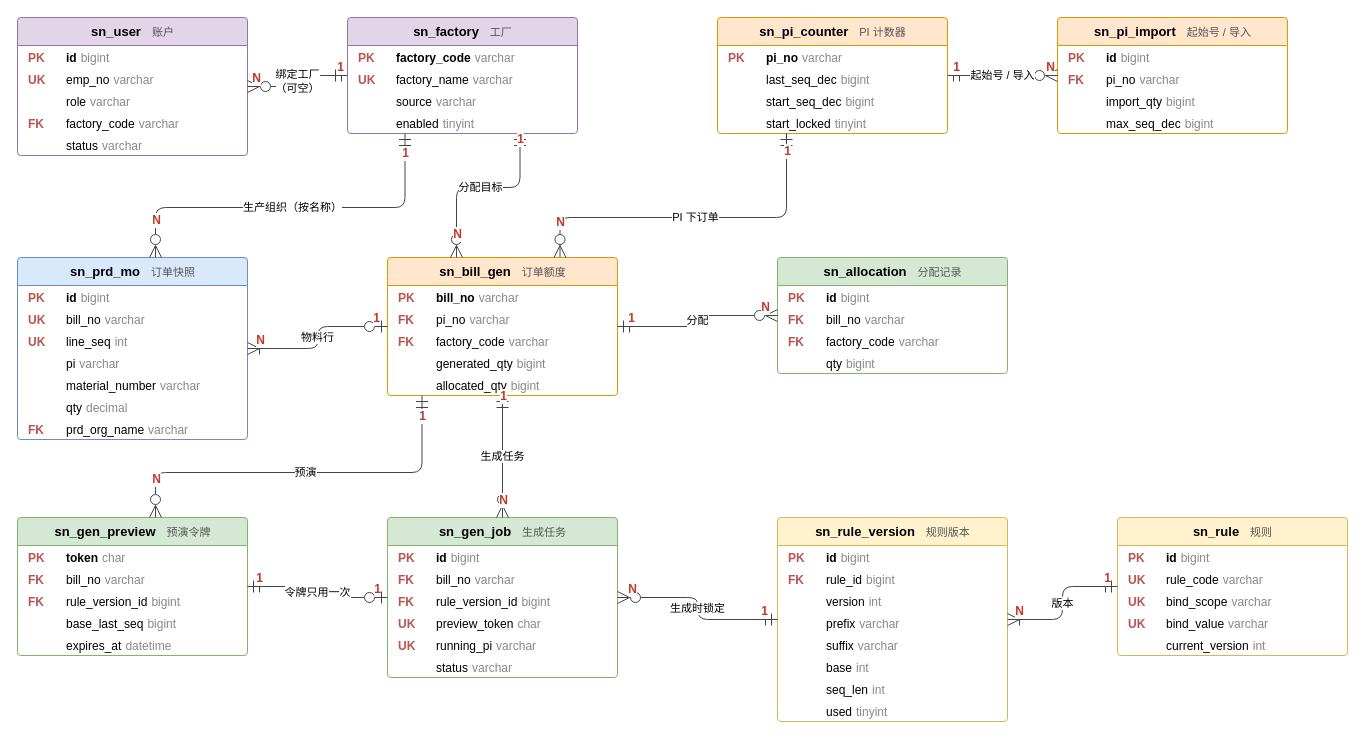
Earlier version of the draw.io diagram docs/images/系统技术方案/fig2-5-er-base.drawio (Createsnow/sn-center). Source tidied: cells renumbered, new cells numbered last; positions are measured from the earlier drawing's top-left corner, leaving out a move shared by most shapes. Both pictures are drawn from the tidied source at 100%, with x=0, y=0 at pixel (17, 17).
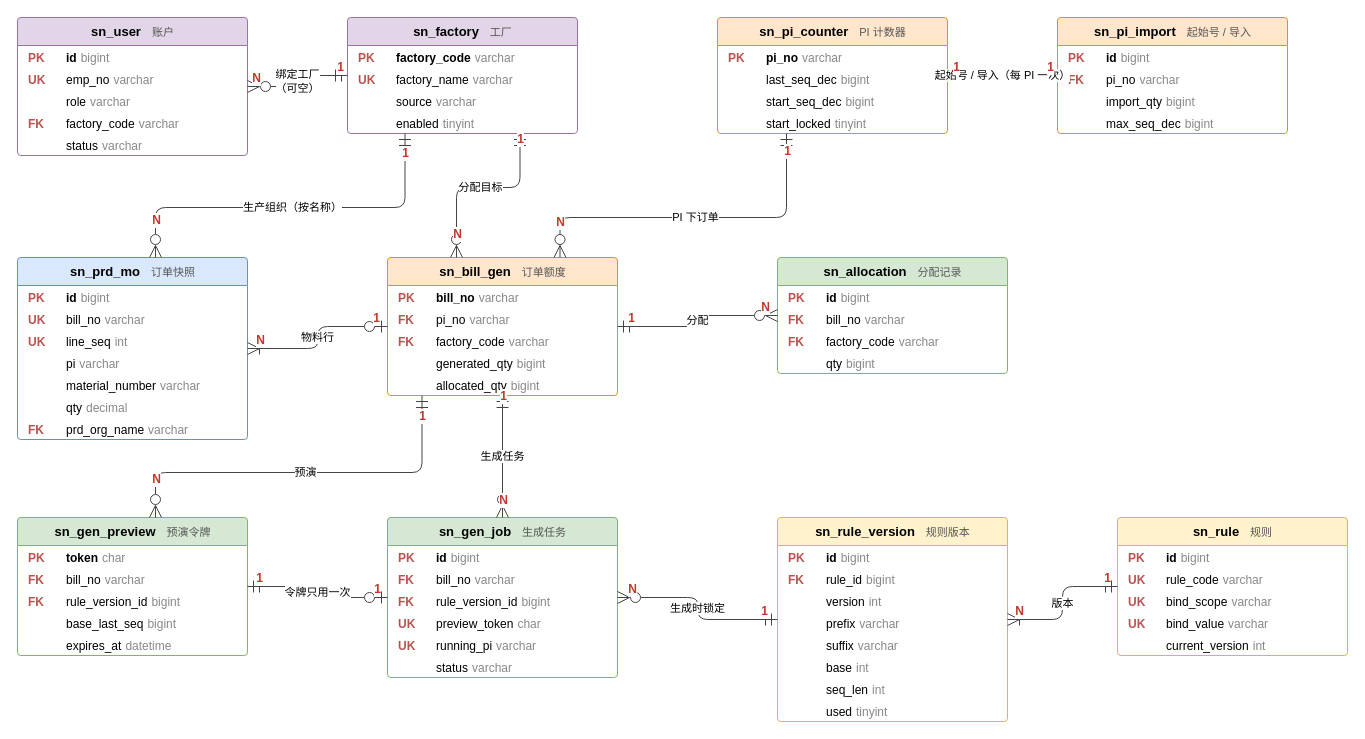
After the change.

The change refers to these unchanged cells:
```xml
<mxCell id="13" value="&lt;b&gt;sn_pi_counter&lt;/b&gt;&lt;font color=&quot;#555555&quot; style=&quot;font-size:11px&quot;&gt;　PI 计数器&lt;/font&gt;" style="swimlane;fontStyle=0;horizontal=1;startSize=28;html=1;fillColor=#ffe6cc;strokeColor=#d79b00;swimlaneFillColor=#ffffff;rounded=1;arcSize=4;fontSize=13;fontFamily=Microsoft YaHei,PingFang SC,Helvetica,Arial,WenQuanYi Zen Hei,sans-serif;" parent="1" vertex="1">
  <mxGeometry x="700" width="230" height="116" as="geometry" />
</mxCell>
<mxCell id="18" value="&lt;b&gt;sn_pi_import&lt;/b&gt;&lt;font color=&quot;#555555&quot; style=&quot;font-size:11px&quot;&gt;　起始号 / 导入&lt;/font&gt;" style="swimlane;fontStyle=0;horizontal=1;startSize=28;html=1;fillColor=#ffe6cc;strokeColor=#d79b00;swimlaneFillColor=#ffffff;rounded=1;arcSize=4;fontSize=13;fontFamily=Microsoft YaHei,PingFang SC,Helvetica,Arial,WenQuanYi Zen Hei,sans-serif;" parent="1" vertex="1">
  <mxGeometry x="1040" width="230" height="116" as="geometry" />
</mxCell>
```

Diff of the diagram source:
```diff
@@
-    <mxCell id="82" value="起始号 / 导入" style="edgeStyle=orthogonalEdgeStyle;rounded=1;html=1;strokeColor=#444444;fontSize=11;labelBackgroundColor=#ffffff;fontFamily=Microsoft YaHei,PingFang SC,Helvetica,Arial,WenQuanYi Zen Hei,sans-serif;exitX=1;exitY=0.5;exitDx=0;exitDy=0;entryX=0;entryY=0.5;entryDx=0;entryDy=0;startArrow=ERmandOne;endArrow=ERzeroToMany;startFill=0;endFill=0;startSize=10;endSize=10;" parent="1" edge="1" source="13" target="18">
+    <mxCell id="82" value="起始号 / 导入（每 PI 一次）" style="edgeStyle=orthogonalEdgeStyle;rounded=1;html=1;strokeColor=#444444;fontSize=11;labelBackgroundColor=#ffffff;fontFamily=Microsoft YaHei,PingFang SC,Helvetica,Arial,WenQuanYi Zen Hei,sans-serif;exitX=1;exitY=0.5;exitDx=0;exitDy=0;entryX=0;entryY=0.5;entryDx=0;entryDy=0;startArrow=ERmandOne;endArrow=ERzeroToOne;startFill=0;endFill=0;startSize=10;endSize=10;" parent="1" edge="1" source="13" target="18">
       <mxGeometry relative="1" as="geometry" />
     </mxCell>
@@
-    <mxCell id="84" value="N" style="edgeLabel;html=1;align=center;verticalAlign=middle;fontSize=12;fontColor=#c0392b;fontStyle=1;labelBackgroundColor=#ffffff;fontFamily=Microsoft YaHei,PingFang SC,Helvetica,Arial,WenQuanYi Zen Hei,sans-serif;" parent="82" vertex="1">
+    <mxCell id="84" value="1" style="edgeLabel;html=1;align=center;verticalAlign=middle;fontSize=12;fontColor=#c0392b;fontStyle=1;labelBackgroundColor=#ffffff;fontFamily=Microsoft YaHei,PingFang SC,Helvetica,Arial,WenQuanYi Zen Hei,sans-serif;" parent="82" vertex="1">
       <mxGeometry x="0.85" relative="1" as="geometry">
         <mxPoint y="-9" as="offset" />
       </mxGeometry>
     </mxCell>
```
